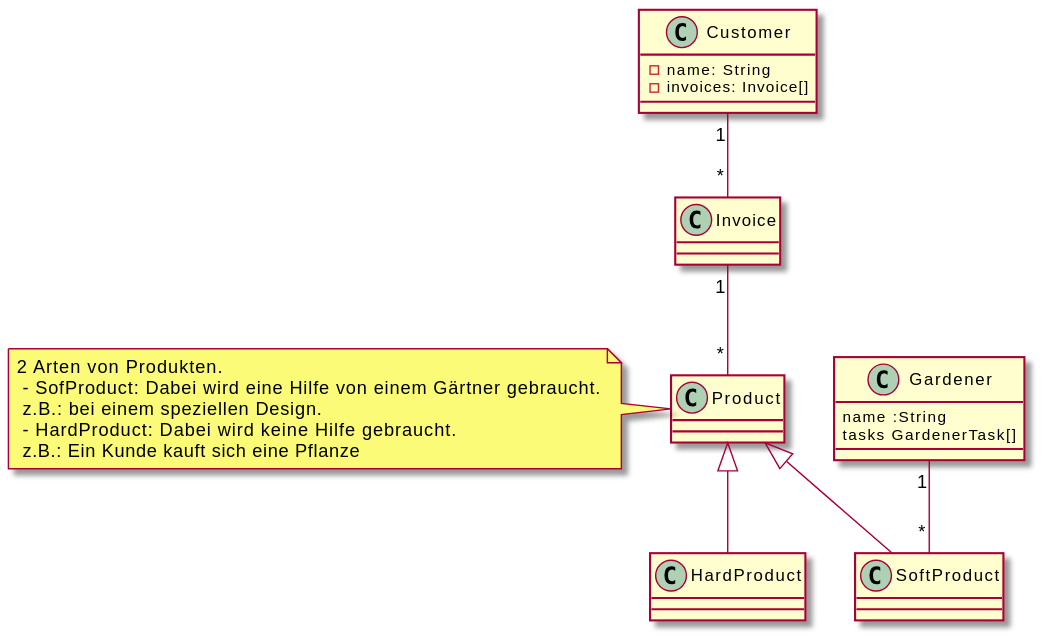
This is images/cld.svg from 2223-4bhitm-sew/01-microproject-Abdulrahman-AL-Sabagh, a PlantUML export, as it was before one commit. Its source is kept beside it as plantuml/cld.puml. Its diagram source:
```plantuml
@startuml
class Customer {
    - name: String
    - invoices: Invoice[]
}

class Gardener {
    name :String
    tasks GardenerTask[]

}



class Customer  {}
class Product {}
note left: 2 Arten von Produkten. \n - SofProduct: Dabei wird eine Hilfe von einem Gärtner gebraucht.\n z.B.: bei einem speziellen Design. \n - HardProduct: Dabei wird keine Hilfe  gebraucht. \n z.B.: Ein Kunde kauft sich eine Pflanze

class SoftProduct extends Product
class HardProduct extends Product
class Invoice
class Gardener

Gardener "1" -- "*" SoftProduct
Invoice "1" -- "*" Product
Customer "1" -- "*" Invoice
@enduml
```
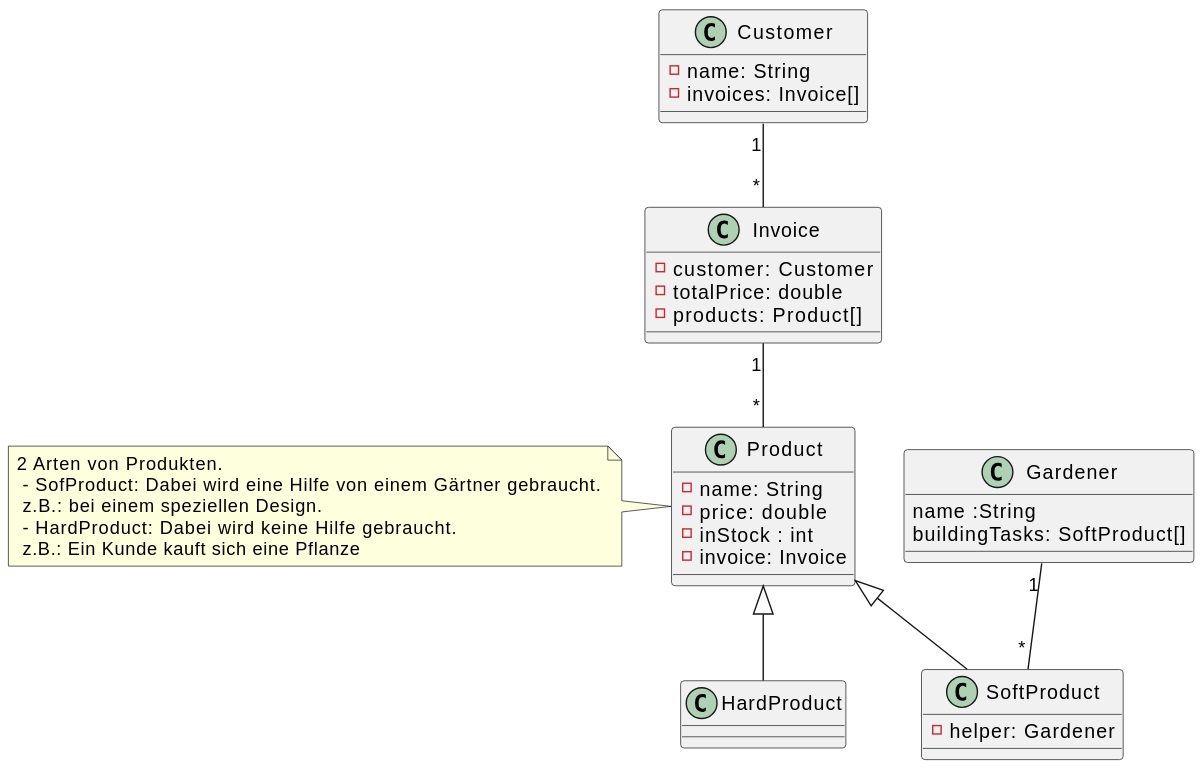
Later version of the same file.

Change to the diagram source:
```diff
@@ -6,19 +6,30 @@
 
 class Gardener {
     name :String
-    tasks GardenerTask[]
+    buildingTasks: SoftProduct[]
 
 }
 
 
 
-class Customer  {}
-class Product {}
+class Product {
+    - name: String
+    - price: double
+    - inStock : int
+    - invoice: Invoice
+}
 note left: 2 Arten von Produkten. \n - SofProduct: Dabei wird eine Hilfe von einem Gärtner gebraucht.\n z.B.: bei einem speziellen Design. \n - HardProduct: Dabei wird keine Hilfe  gebraucht. \n z.B.: Ein Kunde kauft sich eine Pflanze
 
-class SoftProduct extends Product
+class SoftProduct extends Product {
+    - helper: Gardener
+}
 class HardProduct extends Product
-class Invoice
+class Invoice {
+     - customer: Customer
+     - totalPrice: double
+     - products: Product[]
+
+}
 class Gardener
 
 Gardener "1" -- "*" SoftProduct
```
